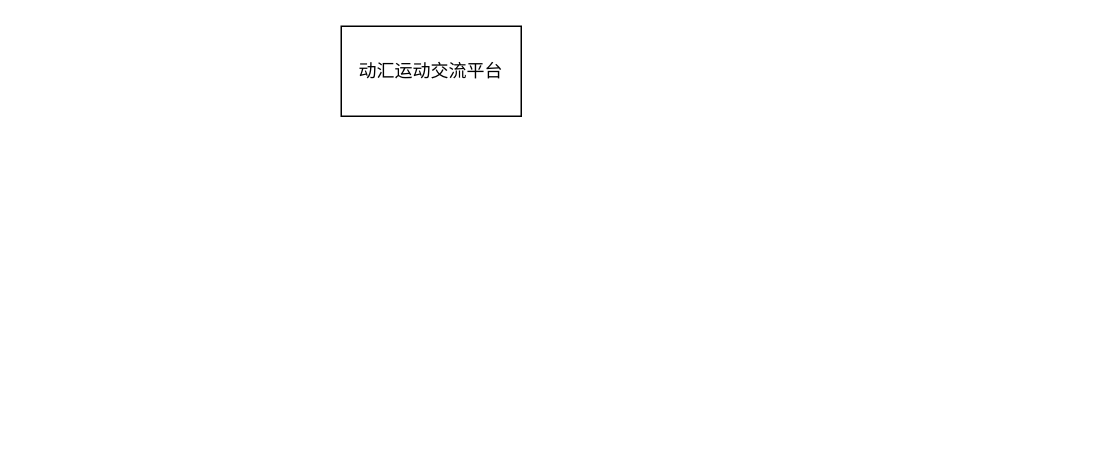
ArexdOr/blogFactory keeps this draw.io diagram as 未命名绘图.drawio. Above is the earlier version. Source tidied: cells renumbered, new cells numbered last; positions are measured from the earlier drawing's top-left corner, leaving out a move shared by most shapes. Both pictures are drawn from the tidied source at 150%, with x=0, y=0 at pixel (340, 26).
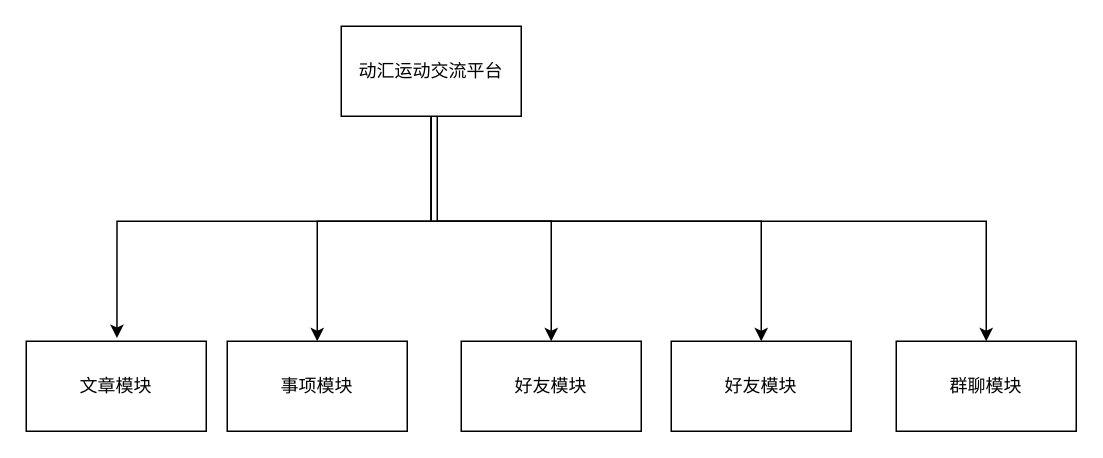
Above is the later version.

Commit message:
更新未命名绘图.drawio

Unchanged cells that the change refers to:
```xml
<mxCell id="2" value="动汇运动交流平台" style="whiteSpace=wrap;html=1;" parent="1" vertex="1">
  <mxGeometry width="120" height="60" as="geometry" />
</mxCell>
```

The edit, as a diff of the source:
```diff
@@
+    <mxCell id="3" style="edgeStyle=orthogonalEdgeStyle;rounded=0;jettySize=auto;html=1;" parent="1" edge="1" source="2" target="7">
+      <mxGeometry relative="1" as="geometry">
+        <Array as="points">
+          <mxPoint x="60" y="130" />
+          <mxPoint x="-16" y="130" />
+        </Array>
+      </mxGeometry>
+    </mxCell>
+    <mxCell id="4" style="edgeStyle=orthogonalEdgeStyle;rounded=0;jettySize=auto;html=1;entryX=0.504;entryY=-0.036;entryDx=0;entryDy=0;entryPerimeter=0;" parent="1" edge="1" source="2" target="6">
+      <mxGeometry relative="1" as="geometry">
+        <Array as="points">
+          <mxPoint x="60" y="130" />
+          <mxPoint x="-150" y="130" />
+        </Array>
+      </mxGeometry>
+    </mxCell>
+    <mxCell id="5" style="edgeStyle=orthogonalEdgeStyle;rounded=0;jettySize=auto;html=1;entryX=0.5;entryY=0;entryDx=0;entryDy=0;" parent="1" edge="1" source="2" target="8">
+      <mxGeometry relative="1" as="geometry">
+        <Array as="points">
+          <mxPoint x="60" y="130" />
+          <mxPoint x="140" y="130" />
+        </Array>
+      </mxGeometry>
+    </mxCell>
@@
+    <mxCell id="6" value="文章模块" style="whiteSpace=wrap;html=1;" parent="1" vertex="1">
+      <mxGeometry x="-210" y="210" width="120" height="60" as="geometry" />
+    </mxCell>
+    <mxCell id="7" value="事项模块" style="whiteSpace=wrap;html=1;" parent="1" vertex="1">
+      <mxGeometry x="-76" y="210" width="120" height="60" as="geometry" />
+    </mxCell>
+    <mxCell id="8" value="好友模块" style="whiteSpace=wrap;html=1;" parent="1" vertex="1">
+      <mxGeometry x="80" y="210" width="120" height="60" as="geometry" />
+    </mxCell>
+    <mxCell id="9" value="好友模块" style="whiteSpace=wrap;html=1;" parent="1" vertex="1">
+      <mxGeometry x="220" y="210" width="120" height="60" as="geometry" />
+    </mxCell>
+    <mxCell id="10" style="edgeStyle=orthogonalEdgeStyle;rounded=0;jettySize=auto;html=1;entryX=0.5;entryY=0;entryDx=0;entryDy=0;" parent="1" edge="1" target="9">
+      <mxGeometry relative="1" as="geometry">
+        <mxPoint x="64" y="60" as="sourcePoint" />
+        <Array as="points">
+          <mxPoint x="64" y="130" />
+          <mxPoint x="280" y="130" />
+        </Array>
+      </mxGeometry>
+    </mxCell>
+    <mxCell id="11" value="群聊模块" style="whiteSpace=wrap;html=1;" parent="1" vertex="1">
+      <mxGeometry x="370" y="210" width="120" height="60" as="geometry" />
+    </mxCell>
+    <mxCell id="12" style="edgeStyle=orthogonalEdgeStyle;rounded=0;jettySize=auto;html=1;entryX=0.5;entryY=0;entryDx=0;entryDy=0;exitX=0.5;exitY=1;exitDx=0;exitDy=0;" parent="1" edge="1" source="2" target="11">
+      <mxGeometry relative="1" as="geometry">
+        <Array as="points">
+          <mxPoint x="60" y="130" />
+          <mxPoint x="430" y="130" />
+        </Array>
+      </mxGeometry>
+    </mxCell>
```
